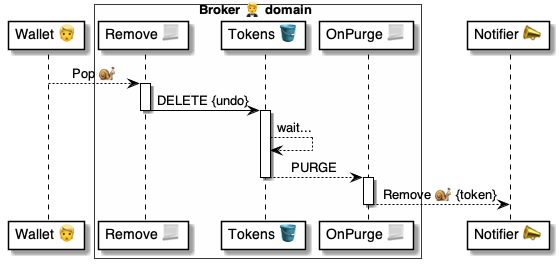
pollyweb-org/pollyweb-docs keeps this PlantUML diagram as 4 ⚙️ Solution/20 🧑‍🦰 UI/Brokers 🤵/🤵🪣 Broker tables/Tokens 🎫 table/OnTokenChanged 🔔/🤵 OnTokenChanged ⚙️ uml.png. Above is the earlier version. Its source is kept beside it as 4 ⚙️ Solution/20 🧑‍🦰 UI/Brokers 🤵/🤵🪣 Broker tables/Tokens 🎫 table/OnTokenChanged 🔔/🤵 OnTokenChanged ⚙️ uml.puml.
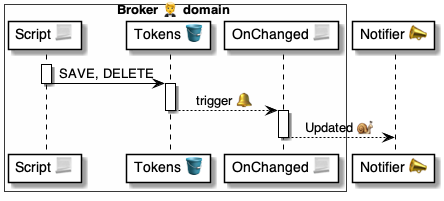
Later version of the same file.

Diff of the diagram source:
```diff
@@ -1,28 +1,25 @@
-@startuml Tokens@Broker
+@startuml OnTokenChanged
 
-participant "Wallet 👱" as wallet
 
 box Broker 🤵 domain #FFFFFA
-    participant "Remove 📃" as remove
+    participant "Script 📃" as script
     participant "Tokens 🪣" as tokens
-    participant "OnPurge 📃" as purge
+    participant "OnChanged 📃" as change
 end box
 
 participant "Notifier 📣" as notifier
 
-wallet --> remove: Pop 🐌
 
-activate remove
-    remove -> tokens: DELETE {undo}
-deactivate remove
+activate script
+    script -> tokens: SAVE, DELETE
+deactivate script
 
 activate tokens
-    tokens --> tokens: wait...
-    tokens --> purge: PURGE
+    tokens --> change: trigger 🔔
 deactivate tokens
 
-activate purge
-    purge --> notifier: Remove 🐌 {token}
-deactivate purge
+activate change
+    change --> notifier: Updated 🐌
+deactivate change
 
 @enduml
```
